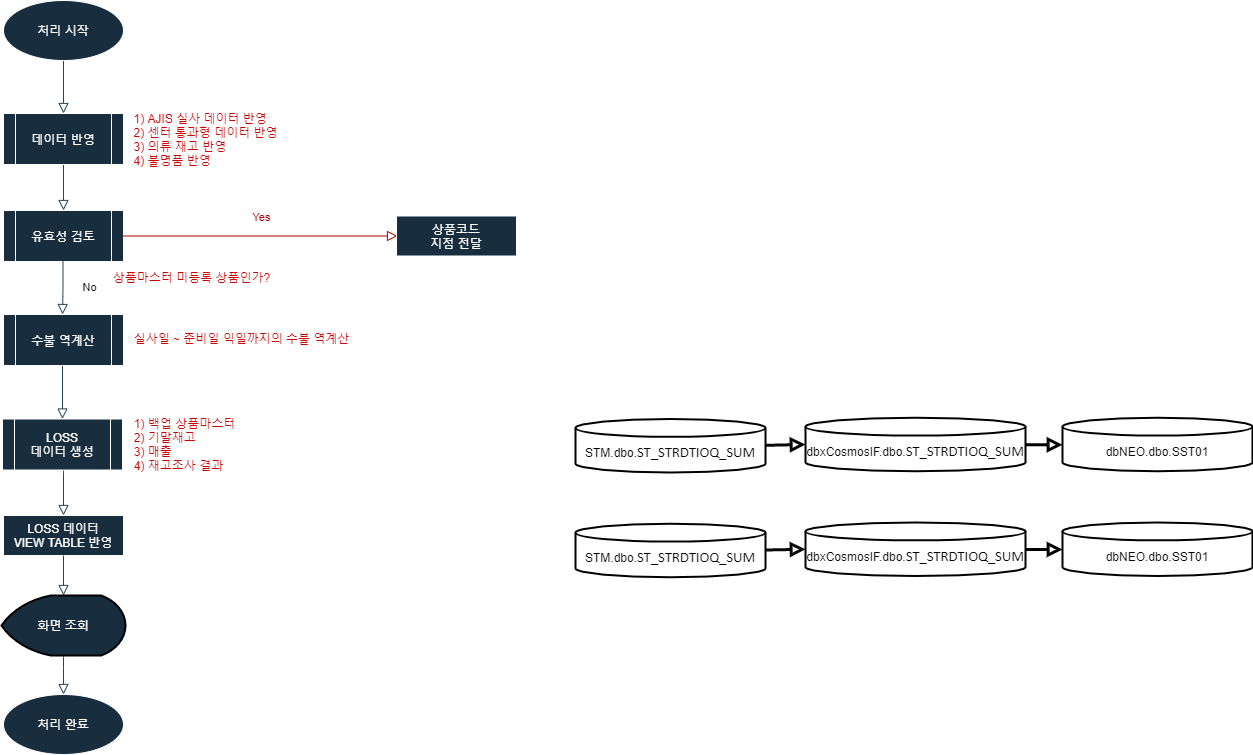
This is Inventory Final Confirm.png from seunggeunjo/Flow-Chart, a draw.io export, as it was before one commit. Source tidied: cells renumbered, new cells last; positions are measured from the earlier drawing's top-left corner, leaving out a move shared by most shapes.
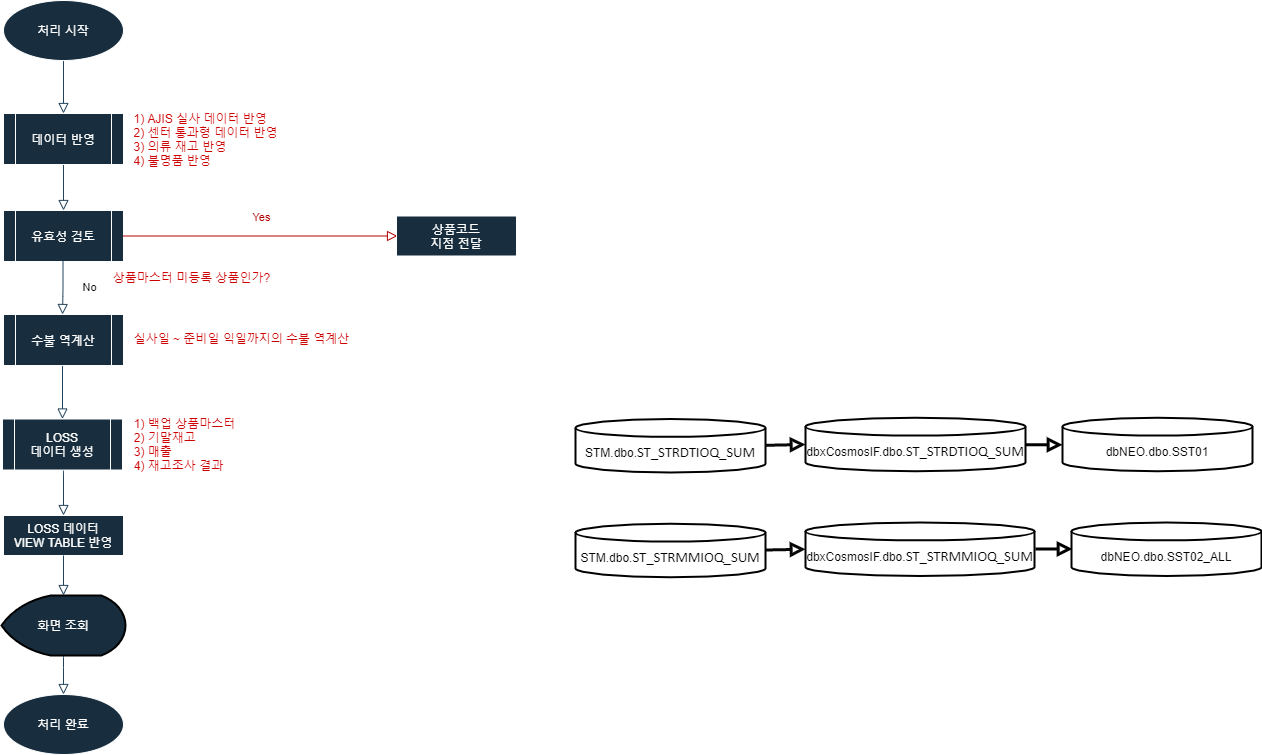
Above is the later version.

Diff of the diagram source:
```diff
@@ -108,14 +108,14 @@
         <mxPoint x="1024" y="444.2" as="sourcePoint" />
       </mxGeometry>
     </mxCell>
-    <mxCell id="29" value="&lt;br&gt;STM.dbo.&lt;span style=&quot;font-family: &amp;#34;calibri&amp;#34; ; font-size: 11pt ; text-indent: 0in&quot;&gt;ST_STRDTIOQ_SUM&lt;/span&gt;" style="strokeWidth=2;html=1;shape=mxgraph.flowchart.database;whiteSpace=wrap;" parent="1" vertex="1">
+    <mxCell id="29" value="&lt;br&gt;STM.dbo.&lt;span style=&quot;font-family: &amp;#34;calibri&amp;#34; ; font-size: 11pt ; text-indent: 0in&quot;&gt;ST_STRMMIOQ_SUM&lt;/span&gt;" style="strokeWidth=2;html=1;shape=mxgraph.flowchart.database;whiteSpace=wrap;" parent="1" vertex="1">
       <mxGeometry x="574" y="523.2" width="190" height="53.5" as="geometry" />
     </mxCell>
-    <mxCell id="30" value="&lt;br&gt;dbxCosmosIF.dbo.&lt;span style=&quot;font-family: &amp;#34;calibri&amp;#34; ; font-size: 11pt ; text-indent: 0in&quot;&gt;ST_STRDTIOQ_SUM&lt;/span&gt;" style="strokeWidth=2;html=1;shape=mxgraph.flowchart.database;whiteSpace=wrap;" parent="1" vertex="1">
-      <mxGeometry x="804" y="522" width="220" height="53.5" as="geometry" />
+    <mxCell id="30" value="&lt;br&gt;dbxCosmosIF.dbo.&lt;span style=&quot;font-family: &amp;#34;calibri&amp;#34; ; font-size: 11pt ; text-indent: 0in&quot;&gt;ST_STRMMIOQ_SUM&lt;/span&gt;" style="strokeWidth=2;html=1;shape=mxgraph.flowchart.database;whiteSpace=wrap;" parent="1" vertex="1">
+      <mxGeometry x="804" y="522" width="229" height="53.5" as="geometry" />
     </mxCell>
-    <mxCell id="31" value="&lt;br&gt;dbNEO.dbo.SST01" style="strokeWidth=2;html=1;shape=mxgraph.flowchart.database;whiteSpace=wrap;" parent="1" vertex="1">
-      <mxGeometry x="1061" y="522" width="190" height="53.5" as="geometry" />
+    <mxCell id="31" value="&lt;br&gt;dbNEO.dbo.SST02_ALL" style="strokeWidth=2;html=1;shape=mxgraph.flowchart.database;whiteSpace=wrap;" parent="1" vertex="1">
+      <mxGeometry x="1070" y="522" width="190" height="53.5" as="geometry" />
     </mxCell>
     <mxCell id="32" style="edgeStyle=orthogonalEdgeStyle;html=1;jettySize=auto;fontSize=11;endArrow=block;endFill=0;endSize=8;strokeWidth=3;shadow=0;labelBackgroundColor=none;exitX=0.5;exitY=1;exitDx=0;exitDy=0;entryX=0;entryY=0.5;entryDx=0;entryDy=0;entryPerimeter=0;strokeColor=#080808;" parent="1" edge="1" target="30">
       <mxGeometry x="-0.08" y="19" relative="1" as="geometry">
@@ -125,10 +125,11 @@
         </Array>
       </mxGeometry>
     </mxCell>
-    <mxCell id="33" style="edgeStyle=orthogonalEdgeStyle;html=1;jettySize=auto;fontSize=11;endArrow=block;endFill=0;endSize=8;strokeWidth=3;shadow=0;labelBackgroundColor=none;exitX=0.5;exitY=1;exitDx=0;exitDy=0;entryX=0;entryY=0.5;entryDx=0;entryDy=0;entryPerimeter=0;" parent="1" edge="1" target="31">
-      <mxGeometry x="-0.08" y="19" relative="1" as="geometry">
-        <mxPoint x="1024" y="549" as="sourcePoint" />
-      </mxGeometry>
-    </mxCell>
+    <mxCell id="34" style="edgeStyle=orthogonalEdgeStyle;html=1;jettySize=auto;orthogonalLoop=1;fontSize=11;endArrow=block;endFill=0;endSize=8;strokeWidth=3;shadow=0;labelBackgroundColor=none;exitX=0.5;exitY=1;exitDx=0;exitDy=0;entryX=0;entryY=0.5;entryDx=0;entryDy=0;entryPerimeter=0;" parent="1" edge="1">
+      <mxGeometry x="-0.08" y="19" relative="1" as="geometry">
+        <mxPoint x="1034" y="548.5" as="sourcePoint" />
+        <mxPoint x="1071" y="548.2" as="targetPoint" />
+      </mxGeometry>
+    </mxCell>
   </root>
 </mxGraphModel>
```
